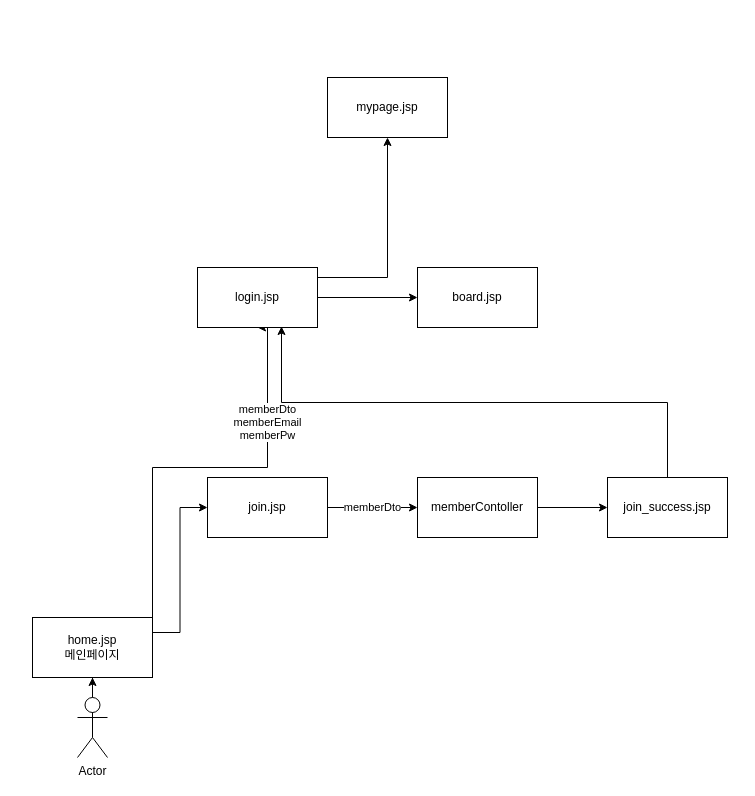
EUIDONGKIM/MovieWorld keeps this draw.io diagram as khFinalproject/src/main/resources/flow_chart/flow.drawio. Above is the earlier version. Source tidied: cells renumbered, new cells numbered last; positions are measured from the earlier drawing's top-left corner, leaving out a move shared by most shapes. Both pictures are drawn from the tidied source at 100%, with x=0, y=0 at pixel (32, 77).
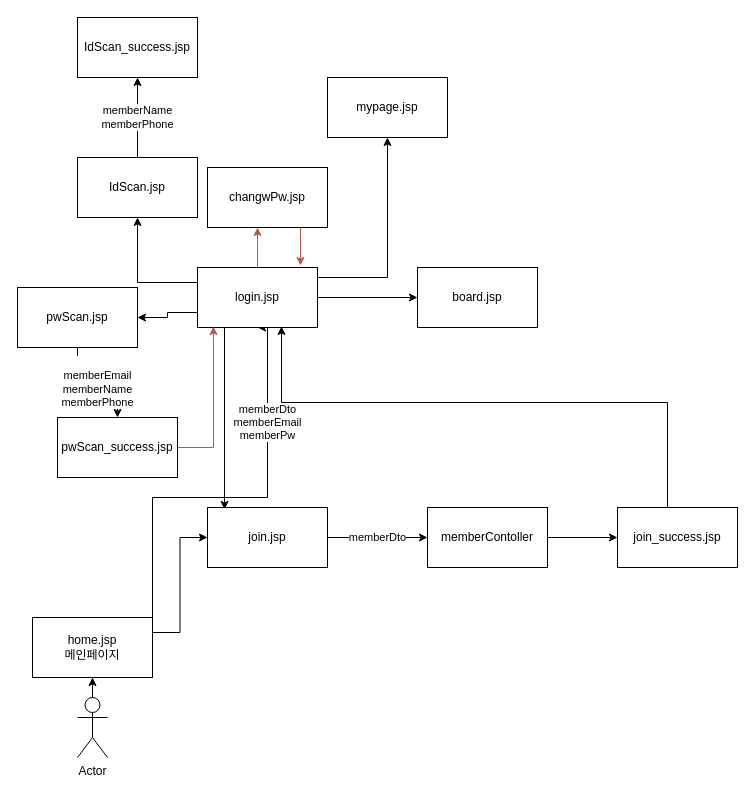
After the change.

Unchanged cells that the change refers to:
```xml
<mxCell id="6" value="home.jsp&lt;br&gt;메인페이지" style="rounded=0;whiteSpace=wrap;html=1;" parent="1" vertex="1">
  <mxGeometry y="540" width="120" height="60" as="geometry" />
</mxCell>
<mxCell id="9" value="login.jsp" style="rounded=0;whiteSpace=wrap;html=1;" parent="1" vertex="1">
  <mxGeometry x="165" y="190" width="120" height="60" as="geometry" />
</mxCell>
```

Diff of the diagram source:
```diff
@@
     <mxCell id="4" value="memberDto&lt;br&gt;memberEmail&lt;br&gt;memberPw" style="edgeStyle=orthogonalEdgeStyle;rounded=0;jettySize=auto;html=1;exitX=1;exitY=0.25;exitDx=0;exitDy=0;entryX=0.5;entryY=1;entryDx=0;entryDy=0;" parent="1" edge="1" source="6" target="9">
       <mxGeometry x="0.51" relative="1" as="geometry">
         <Array as="points">
-          <mxPoint x="120" y="390" />
-          <mxPoint x="235" y="390" />
+          <mxPoint x="120" y="420" />
+          <mxPoint x="235" y="420" />
+          <mxPoint x="235" y="250" />
         </Array>
       </mxGeometry>
     </mxCell>
@@
+    <mxCell id="18" style="edgeStyle=orthogonalEdgeStyle;rounded=0;jettySize=auto;html=1;exitX=0.25;exitY=1;exitDx=0;exitDy=0;entryX=0.142;entryY=0.033;entryDx=0;entryDy=0;entryPerimeter=0;" parent="1" edge="1" source="9" target="11">
+      <mxGeometry relative="1" as="geometry">
+        <Array as="points">
+          <mxPoint x="192" y="250" />
+        </Array>
+      </mxGeometry>
+    </mxCell>
+    <mxCell id="19" style="edgeStyle=orthogonalEdgeStyle;rounded=0;jettySize=auto;html=1;exitX=0;exitY=0.25;exitDx=0;exitDy=0;" parent="1" edge="1" source="9" target="23">
+      <mxGeometry relative="1" as="geometry" />
+    </mxCell>
+    <mxCell id="20" style="edgeStyle=orthogonalEdgeStyle;rounded=0;jettySize=auto;html=1;exitX=0;exitY=0.75;exitDx=0;exitDy=0;" parent="1" edge="1" source="9" target="25">
+      <mxGeometry relative="1" as="geometry" />
+    </mxCell>
+    <mxCell id="21" style="edgeStyle=orthogonalEdgeStyle;rounded=0;jettySize=auto;html=1;exitX=0.5;exitY=0;exitDx=0;exitDy=0;fillColor=#f8cecc;strokeColor=#b85450;" parent="1" edge="1" source="9">
+      <mxGeometry relative="1" as="geometry">
+        <mxPoint x="225" y="150" as="targetPoint" />
+      </mxGeometry>
+    </mxCell>
@@
     <mxCell id="11" value="join.jsp" style="rounded=0;whiteSpace=wrap;html=1;" parent="1" vertex="1">
-      <mxGeometry x="175" y="400" width="120" height="60" as="geometry" />
+      <mxGeometry x="175" y="430" width="120" height="60" as="geometry" />
     </mxCell>
@@
     <mxCell id="13" value="memberContoller" style="whiteSpace=wrap;html=1;rounded=0;" parent="1" vertex="1">
-      <mxGeometry x="385" y="400" width="120" height="60" as="geometry" />
+      <mxGeometry x="395" y="430" width="120" height="60" as="geometry" />
     </mxCell>
@@
     <mxCell id="15" value="join_success.jsp" style="whiteSpace=wrap;html=1;rounded=0;" parent="1" vertex="1">
-      <mxGeometry x="575" y="400" width="120" height="60" as="geometry" />
+      <mxGeometry x="585" y="430" width="120" height="60" as="geometry" />
     </mxCell>
@@
+    <mxCell id="22" value="memberName&lt;br&gt;memberPhone" style="edgeStyle=orthogonalEdgeStyle;rounded=0;jettySize=auto;html=1;" parent="1" edge="1" source="23" target="26">
+      <mxGeometry relative="1" as="geometry" />
+    </mxCell>
+    <mxCell id="23" value="IdScan.jsp" style="rounded=0;whiteSpace=wrap;html=1;" parent="1" vertex="1">
+      <mxGeometry x="45" y="80" width="120" height="60" as="geometry" />
+    </mxCell>
+    <mxCell id="24" value="&lt;br&gt;memberEmail&lt;br&gt;&lt;span style=&quot;color: rgb(0 , 0 , 0) ; font-family: &amp;#34;helvetica&amp;#34; ; font-size: 11px ; font-style: normal ; font-weight: 400 ; letter-spacing: normal ; text-align: center ; text-indent: 0px ; text-transform: none ; word-spacing: 0px ; background-color: rgb(255 , 255 , 255) ; display: inline ; float: none&quot;&gt;memberName&lt;/span&gt;&lt;br style=&quot;color: rgb(0 , 0 , 0) ; font-family: &amp;#34;helvetica&amp;#34; ; font-size: 11px ; font-style: normal ; font-weight: 400 ; letter-spacing: normal ; text-align: center ; text-indent: 0px ; text-transform: none ; word-spacing: 0px&quot;&gt;&lt;span style=&quot;color: rgb(0 , 0 , 0) ; font-family: &amp;#34;helvetica&amp;#34; ; font-size: 11px ; font-style: normal ; font-weight: 400 ; letter-spacing: normal ; text-align: center ; text-indent: 0px ; text-transform: none ; word-spacing: 0px ; background-color: rgb(255 , 255 , 255) ; display: inline ; float: none&quot;&gt;memberPhone&lt;/span&gt;&lt;br&gt;" style="edgeStyle=orthogonalEdgeStyle;rounded=0;jettySize=auto;html=1;" parent="1" edge="1" source="25" target="28">
+      <mxGeometry relative="1" as="geometry" />
+    </mxCell>
+    <mxCell id="25" value="pwScan.jsp&lt;br&gt;" style="rounded=0;whiteSpace=wrap;html=1;" parent="1" vertex="1">
+      <mxGeometry x="-15" y="210" width="120" height="60" as="geometry" />
+    </mxCell>
+    <mxCell id="26" value="IdScan_success.jsp" style="rounded=0;whiteSpace=wrap;html=1;" parent="1" vertex="1">
+      <mxGeometry x="45" y="-60" width="120" height="60" as="geometry" />
+    </mxCell>
+    <mxCell id="27" style="edgeStyle=orthogonalEdgeStyle;rounded=0;jettySize=auto;html=1;exitX=1;exitY=0.5;exitDx=0;exitDy=0;entryX=0.133;entryY=0.983;entryDx=0;entryDy=0;entryPerimeter=0;fillColor=#f8cecc;strokeColor=#b85450;" parent="1" edge="1" source="28" target="9">
+      <mxGeometry relative="1" as="geometry" />
+    </mxCell>
+    <mxCell id="28" value="pwScan_success.jsp" style="rounded=0;whiteSpace=wrap;html=1;" parent="1" vertex="1">
+      <mxGeometry x="25" y="340" width="120" height="60" as="geometry" />
+    </mxCell>
+    <mxCell id="29" style="edgeStyle=orthogonalEdgeStyle;rounded=0;jettySize=auto;html=1;exitX=0.75;exitY=1;exitDx=0;exitDy=0;entryX=0.858;entryY=-0.033;entryDx=0;entryDy=0;entryPerimeter=0;fillColor=#f8cecc;strokeColor=#b85450;" parent="1" edge="1" source="30" target="9">
+      <mxGeometry relative="1" as="geometry" />
+    </mxCell>
+    <mxCell id="30" value="changwPw.jsp" style="rounded=0;whiteSpace=wrap;html=1;" parent="1" vertex="1">
+      <mxGeometry x="175" y="90" width="120" height="60" as="geometry" />
+    </mxCell>
```
